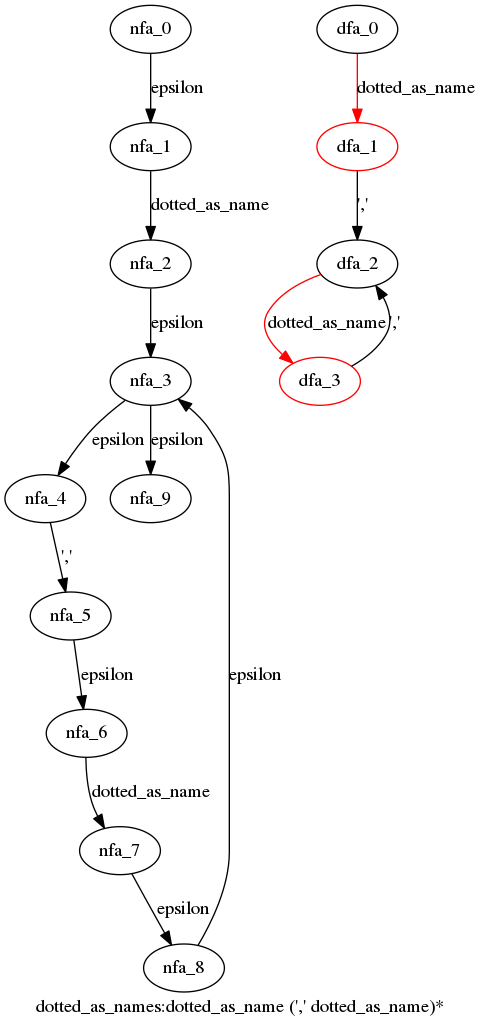
Earlier version of the Graphviz export cpython/grammar/handwrite/nfa_dfas/34.dotted_as_names.dot.png (WinChua/blog). Its source is kept beside it as cpython/grammar/handwrite/nfa_dfas/34.dotted_as_names.dot.
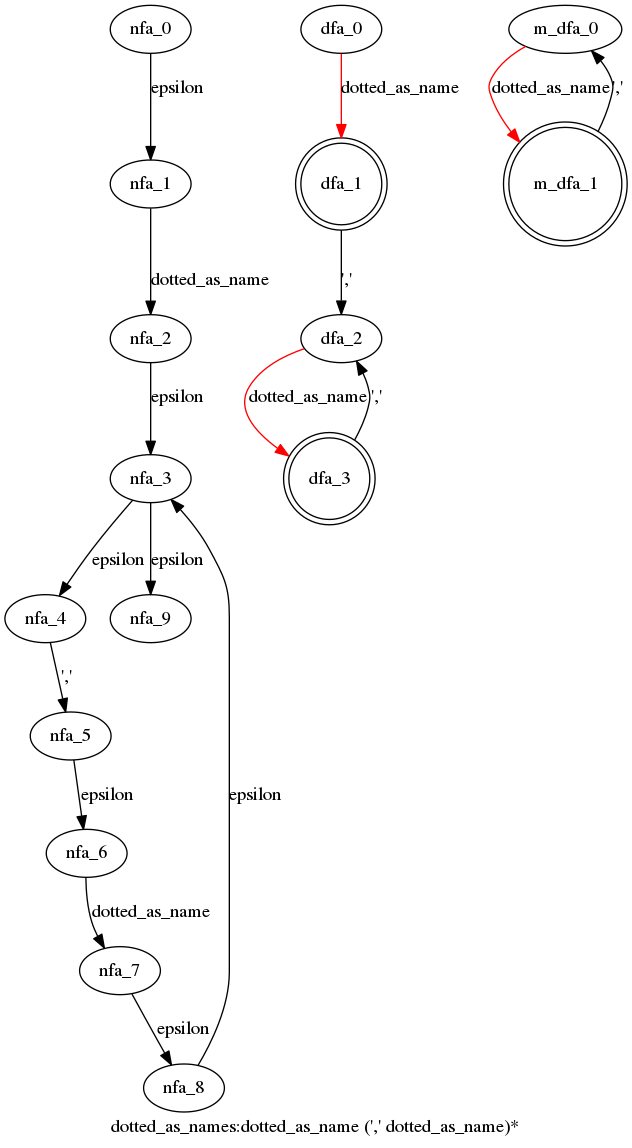
The same file after the commit.

Diff of the diagram source:
```diff
@@ -17,7 +17,12 @@
   dfa_1->dfa_2[label="','"]
   dfa_2->dfa_3[label="dotted_as_name",color=red]
   dfa_3->dfa_2[label="','"]
-  dfa_1[color=red]
-  dfa_3[color=red]
+  dfa_1[shape=doublecircle]
+  dfa_3[shape=doublecircle]
+  }
+ subgraph dotted_as_names_m_dfa {
+  m_dfa_0->m_dfa_1[label="dotted_as_name",color=red]
+  m_dfa_1->m_dfa_0[label="','"]
+  m_dfa_1[shape=doublecircle]
   }
 }
```
